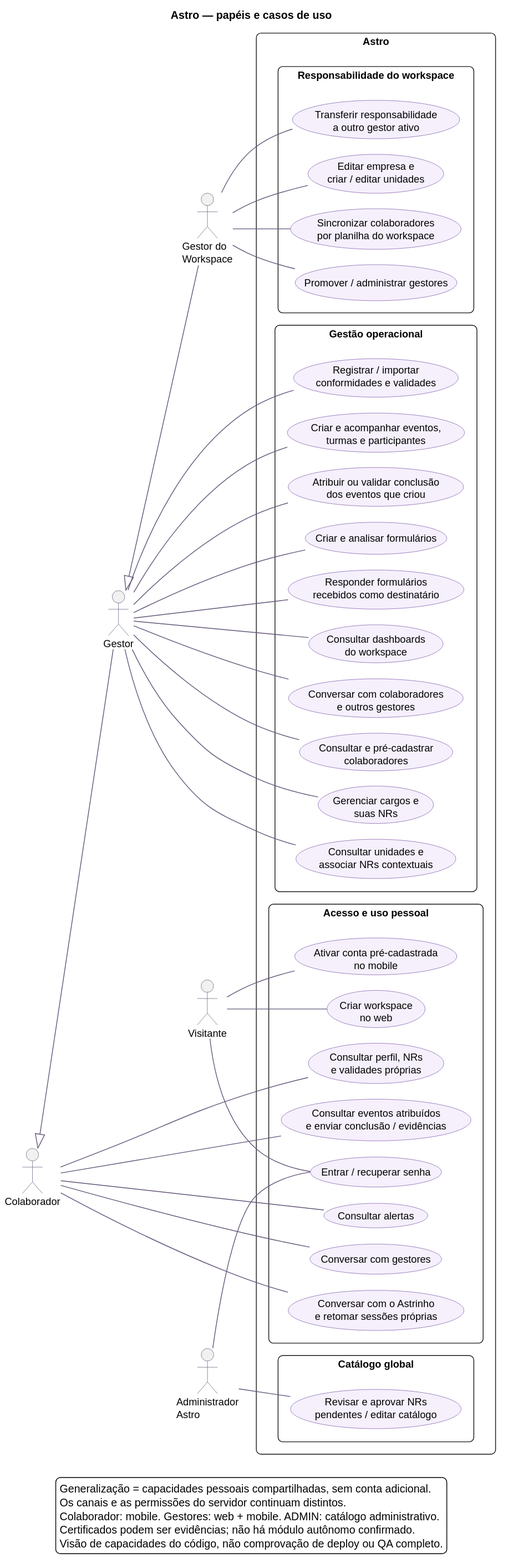
The PlantUML diagram diagrams/rendered/casos_de_uso.svg in Astro-Inter/astro-eqs-diagrams, before a commit.
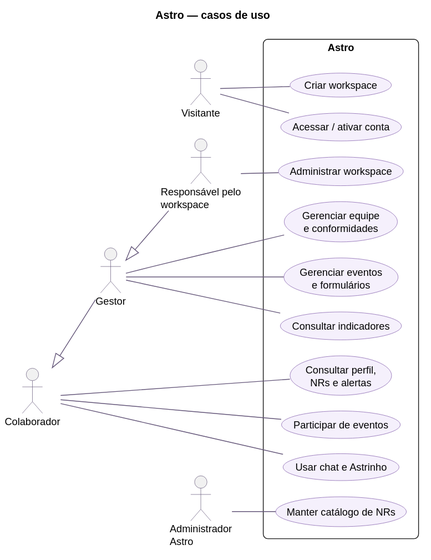
Above is the later version.

The edit, as a diff of the source:
```diff
@@ -1,10 +1,10 @@
 @startuml
 !pragma layout smetana
 !include estilo.iuml
-title Astro — papéis e casos de uso
+title Astro — casos de uso
 left to right direction
 skinparam nodesep 20
-skinparam ranksep 55
+skinparam ranksep 45
 skinparam usecaseBackgroundColor #F5F0FC
 skinparam usecaseBorderColor #7952A5
 skinparam actorBorderColor #645679
@@ -12,74 +12,31 @@
 actor "Visitante" as visitante
 actor "Colaborador" as colaborador
 actor "Gestor" as gestor
-actor "Gestor do\nWorkspace" as responsavel
+actor "Responsável pelo\nworkspace" as responsavel
 actor "Administrador\nAstro" as admin
 colaborador <|-- gestor
 gestor <|-- responsavel
 
 rectangle "Astro" {
-  package "Acesso e uso pessoal" {
-    usecase "Criar workspace\nno web" as criar_workspace
-    usecase "Ativar conta pré-cadastrada\nno mobile" as ativar
-    usecase "Entrar / recuperar senha" as acesso
-    usecase "Consultar perfil, NRs\ne validades próprias" as perfil
-    usecase "Consultar eventos atribuídos\ne enviar conclusão / evidências" as participar
-    usecase "Consultar alertas" as alertas
-    usecase "Conversar com gestores" as chat
-    usecase "Conversar com o Astrinho\ne retomar sessões próprias" as ia
-  }
-  package "Gestão operacional" {
-    usecase "Consultar e pré-cadastrar\ncolaboradores" as pessoas
-    usecase "Gerenciar cargos e\nsuas NRs" as cargos
-    usecase "Consultar unidades e\nassociar NRs contextuais" as unidades
-    usecase "Registrar / importar\nconformidades e validades" as conformidades
-    usecase "Criar e acompanhar eventos,\nturmas e participantes" as eventos
-    usecase "Atribuir ou validar conclusão\ndos eventos que criou" as validar
-    usecase "Criar e analisar formulários" as formularios
-    usecase "Responder formulários\nrecebidos como destinatário" as responder
-    usecase "Consultar dashboards\ndo workspace" as bi
-    usecase "Conversar com colaboradores\ne outros gestores" as chat_gestao
-  }
-  package "Responsabilidade do workspace" {
-    usecase "Editar empresa e\ncriar / editar unidades" as empresa
-    usecase "Sincronizar colaboradores\npor planilha do workspace" as importar
-    usecase "Promover / administrar gestores" as gestores
-    usecase "Transferir responsabilidade\na outro gestor ativo" as transferir
-  }
-  package "Catálogo global" {
-    usecase "Revisar e aprovar NRs\npendentes / editar catálogo" as catalogo
-  }
+  usecase "Criar workspace" as criar
+  usecase "Acessar / ativar conta" as acesso
+  usecase "Consultar perfil,\nNRs e alertas" as perfil
+  usecase "Participar de eventos" as participar
+  usecase "Usar chat e Astrinho" as conversar
+  usecase "Gerenciar equipe\ne conformidades" as equipe
+  usecase "Gerenciar eventos\ne formulários" as operacao
+  usecase "Consultar indicadores" as indicadores
+  usecase "Administrar workspace" as workspace
+  usecase "Manter catálogo de NRs" as catalogo
 }
-visitante -- criar_workspace
-visitante -- ativar
+visitante -- criar
 visitante -- acesso
 colaborador -- perfil
 colaborador -- participar
-colaborador -- alertas
-colaborador -- chat
-colaborador -- ia
-gestor -- pessoas
-gestor -- cargos
-gestor -- unidades
-gestor -- conformidades
-gestor -- eventos
-gestor -- validar
-gestor -- formularios
-gestor -- responder
-gestor -- bi
-gestor -- chat_gestao
-responsavel -- empresa
-responsavel -- importar
-responsavel -- gestores
-responsavel -- transferir
+colaborador -- conversar
+gestor -- equipe
+gestor -- operacao
+gestor -- indicadores
+responsavel -- workspace
 admin -- catalogo
-admin -- acesso
-
-legend bottom
-  Generalização = capacidades pessoais compartilhadas, sem conta adicional.
-  Os canais e as permissões do servidor continuam distintos.
-  Colaborador: mobile. Gestores: web + mobile. ADMIN: catálogo administrativo.
-  Certificados podem ser evidências; não há módulo autônomo confirmado.
-  Visão de capacidades do código, não comprovação de deploy ou QA completo.
-endlegend
 @enduml
```
